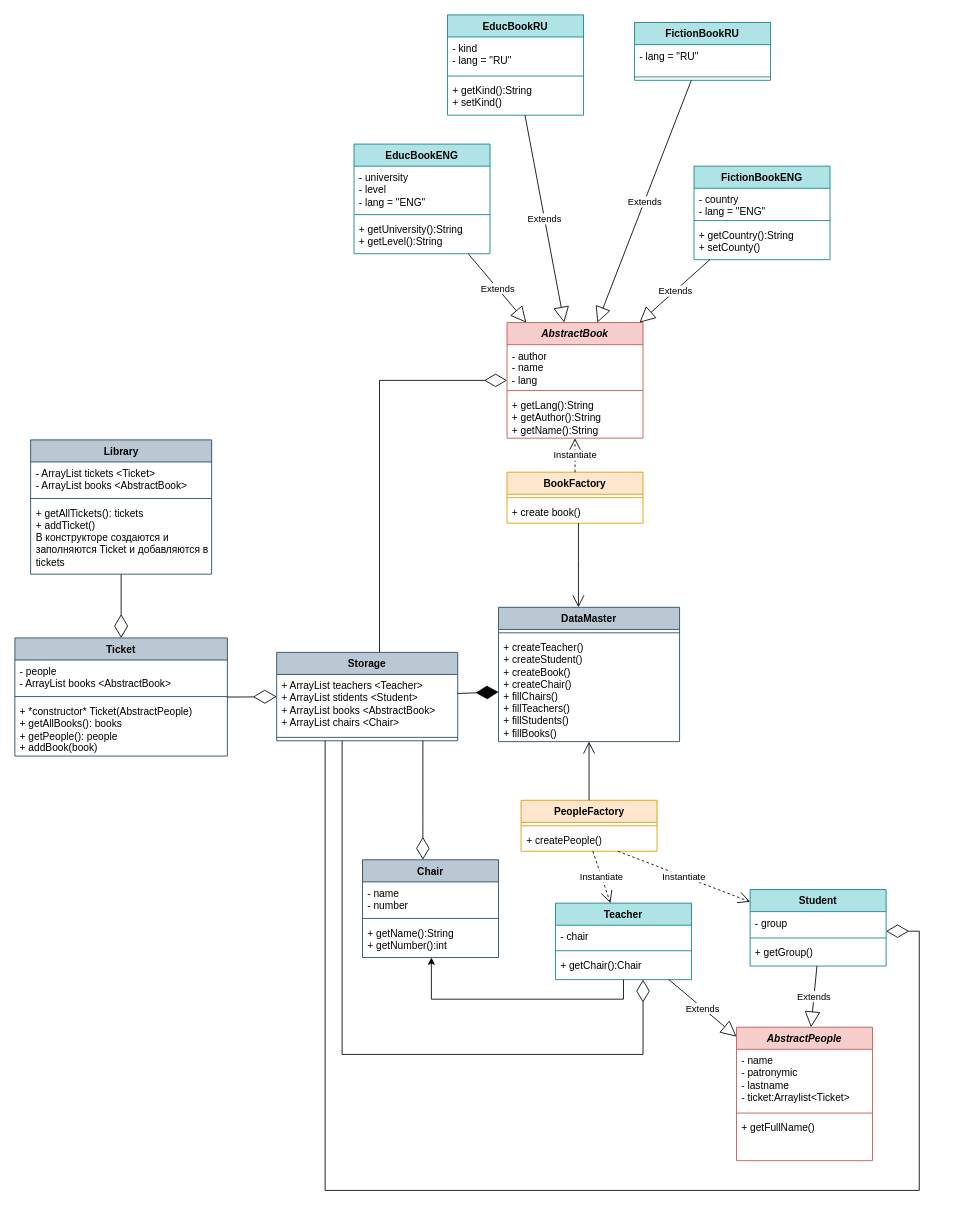
The draw.io diagram lab_1/UML_lab_1.drawio in IvanDesy/MEPHI_TiTP, before the edit. Source tidied: cells renumbered, new cells numbered last; positions are measured from the earlier drawing's top-left corner, leaving out a move shared by most shapes. Both pictures are drawn from the tidied source at 85%, with x=0, y=0 at pixel (14, 14).
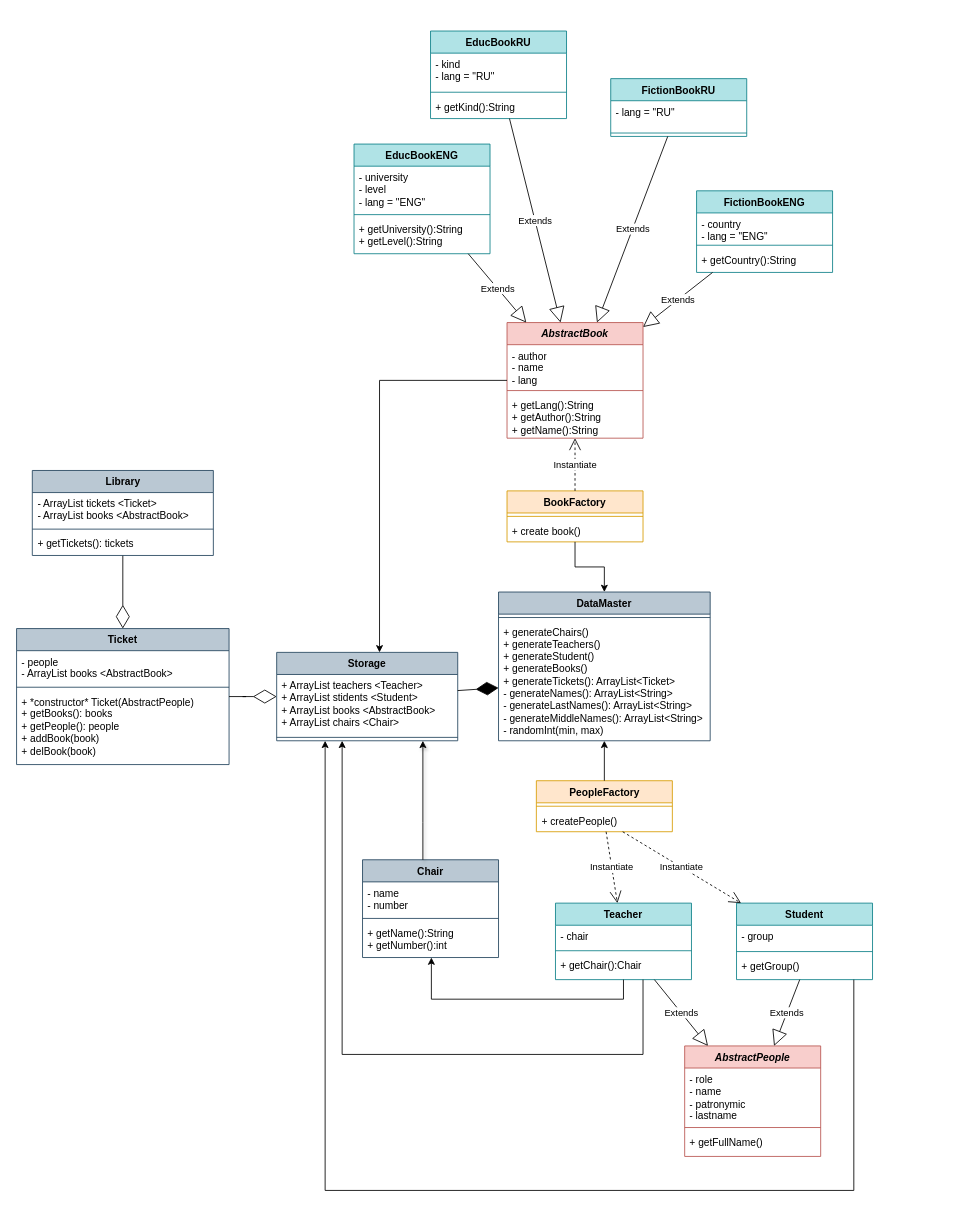
The same page after the edit.

The change refers to these unchanged cells:
```xml
<mxCell id="6" value="Teacher" style="swimlane;fontStyle=1;align=center;verticalAlign=top;horizontal=1;startSize=26;whiteSpace=wrap;html=1;fillColor=#b0e3e6;strokeColor=#0e8088;rounded=0;" parent="1" vertex="1">
  <mxGeometry x="636" y="1045" width="160" height="90" as="geometry" />
</mxCell>
<mxCell id="15" value="Сhair" style="swimlane;fontStyle=1;align=center;verticalAlign=top;horizontal=1;startSize=26;whiteSpace=wrap;html=1;fillColor=#bac8d3;strokeColor=#23445d;rounded=0;" parent="1" vertex="1">
  <mxGeometry x="409" y="994" width="160" height="115" as="geometry" />
</mxCell>
<mxCell id="26" value="&lt;i style=&quot;border-color: var(--border-color);&quot;&gt;Abstract&lt;/i&gt;&lt;i&gt;Book&lt;/i&gt;" style="swimlane;fontStyle=1;align=center;verticalAlign=top;horizontal=1;startSize=26;whiteSpace=wrap;html=1;fillColor=#f8cecc;strokeColor=#b85450;rounded=0;" parent="1" vertex="1">
  <mxGeometry x="579" y="362" width="160" height="136" as="geometry" />
</mxCell>
<mxCell id="66" value="Storage" style="swimlane;fontStyle=1;align=center;verticalAlign=top;horizontal=1;startSize=26;whiteSpace=wrap;html=1;fillColor=#bac8d3;strokeColor=#23445d;rounded=0;" parent="1" vertex="1">
  <mxGeometry x="308" y="750" width="213" height="104" as="geometry" />
</mxCell>
```

Diff of the diagram source:
```diff
@@
     <mxCell id="2" value="Student" style="swimlane;fontStyle=1;align=center;verticalAlign=top;horizontal=1;startSize=26;whiteSpace=wrap;html=1;fillColor=#b0e3e6;strokeColor=#0e8088;rounded=0;" parent="1" vertex="1">
-      <mxGeometry x="865" y="1029" width="160" height="90" as="geometry" />
+      <mxGeometry x="849" y="1045" width="160" height="90" as="geometry" />
     </mxCell>
@@
-    <mxCell id="10" style="edgeStyle=orthogonalEdgeStyle;rounded=0;jettySize=auto;html=1;endArrow=none;endFill=0;endSize=25;startArrow=diamondThin;startFill=0;startSize=24;" parent="1" edge="1" source="6" target="66">
+    <mxCell id="10" style="edgeStyle=orthogonalEdgeStyle;rounded=0;jettySize=auto;html=1;endArrow=classic;endFill=1;endSize=6;startArrow=none;startFill=0;startSize=6;" parent="1" edge="1" source="6" target="66">
       <mxGeometry relative="1" as="geometry">
         <Array as="points">
           <mxPoint x="739" y="1223" />
           <mxPoint x="385" y="1223" />
         </Array>
       </mxGeometry>
     </mxCell>
     <mxCell id="11" value="&lt;i&gt;AbstractPeople&lt;/i&gt;" style="swimlane;fontStyle=1;align=center;verticalAlign=top;horizontal=1;startSize=26;whiteSpace=wrap;html=1;fillColor=#f8cecc;strokeColor=#b85450;rounded=0;" parent="1" vertex="1">
-      <mxGeometry x="849" y="1191" width="160" height="157" as="geometry" />
+      <mxGeometry x="788" y="1213" width="160" height="130" as="geometry" />
     </mxCell>
-    <mxCell id="12" value="- name&lt;br&gt;- patronymic&lt;br&gt;- lastname&lt;br&gt;- ticket:Arraylist&amp;lt;Ticket&amp;gt;" style="text;strokeColor=none;fillColor=none;align=left;verticalAlign=top;spacingLeft=4;spacingRight=4;overflow=hidden;whiteSpace=wrap;html=1;rounded=0;" parent="11" vertex="1">
-      <mxGeometry y="26" width="160" height="71" as="geometry" />
+    <mxCell id="12" value="- role&lt;br&gt;- name&lt;br&gt;- patronymic&lt;br&gt;- lastname" style="text;strokeColor=none;fillColor=none;align=left;verticalAlign=top;spacingLeft=4;spacingRight=4;overflow=hidden;whiteSpace=wrap;html=1;rounded=0;" parent="11" vertex="1">
+      <mxGeometry y="26" width="160" height="66" as="geometry" />
     </mxCell>
     <mxCell id="13" style="line;strokeWidth=1;fillColor=none;align=left;verticalAlign=middle;spacingTop=-1;spacingLeft=3;spacingRight=3;labelPosition=right;strokeColor=inherit;rounded=0;" parent="11" vertex="1">
-      <mxGeometry y="97" width="160" height="8" as="geometry" />
+      <mxGeometry y="92" width="160" height="8" as="geometry" />
     </mxCell>
     <mxCell id="14" value="+ getFullName()&lt;br&gt;&amp;nbsp;" style="text;strokeColor=none;fillColor=none;align=left;verticalAlign=top;spacingLeft=4;spacingRight=4;overflow=hidden;whiteSpace=wrap;html=1;rounded=0;" parent="11" vertex="1">
-      <mxGeometry y="105" width="160" height="52" as="geometry" />
+      <mxGeometry y="100" width="160" height="30" as="geometry" />
     </mxCell>
@@
     <mxCell id="19" value="EducBookRU" style="swimlane;fontStyle=1;align=center;verticalAlign=top;horizontal=1;startSize=26;whiteSpace=wrap;html=1;fillColor=#b0e3e6;strokeColor=#0e8088;rounded=0;" parent="1" vertex="1">
-      <mxGeometry x="509" width="160" height="118" as="geometry" />
+      <mxGeometry x="489" y="19" width="160" height="103" as="geometry" />
     </mxCell>
@@
-    <mxCell id="22" value="+ getKind():String&lt;br&gt;+ setKind()" style="text;strokeColor=none;fillColor=none;align=left;verticalAlign=top;spacingLeft=4;spacingRight=4;overflow=hidden;whiteSpace=wrap;html=1;rounded=0;" parent="19" vertex="1">
-      <mxGeometry y="76" width="160" height="42" as="geometry" />
+    <mxCell id="22" value="+ getKind():String" style="text;strokeColor=none;fillColor=none;align=left;verticalAlign=top;spacingLeft=4;spacingRight=4;overflow=hidden;whiteSpace=wrap;html=1;rounded=0;" parent="19" vertex="1">
+      <mxGeometry y="76" width="160" height="27" as="geometry" />
     </mxCell>
     <mxCell id="23" value="FictionBookRU" style="swimlane;fontStyle=1;align=center;verticalAlign=top;horizontal=1;startSize=26;whiteSpace=wrap;html=1;fillColor=#b0e3e6;strokeColor=#0e8088;rounded=0;" parent="1" vertex="1">
-      <mxGeometry x="729" y="9" width="160" height="68" as="geometry" />
+      <mxGeometry x="701" y="75" width="160" height="68" as="geometry" />
     </mxCell>
@@
     <mxCell id="34" value="FictionBookENG" style="swimlane;fontStyle=1;align=center;verticalAlign=top;horizontal=1;startSize=26;whiteSpace=wrap;html=1;fillColor=#b0e3e6;strokeColor=#0e8088;rounded=0;" parent="1" vertex="1">
-      <mxGeometry x="799" y="178" width="160" height="110" as="geometry" />
+      <mxGeometry x="802" y="207" width="160" height="96" as="geometry" />
     </mxCell>
@@
-    <mxCell id="37" value="+ getCountry():String&lt;br&gt;+ setCounty()" style="text;strokeColor=none;fillColor=none;align=left;verticalAlign=top;spacingLeft=4;spacingRight=4;overflow=hidden;whiteSpace=wrap;html=1;rounded=0;" parent="34" vertex="1">
-      <mxGeometry y="68" width="160" height="42" as="geometry" />
+    <mxCell id="37" value="+ getCountry():String" style="text;strokeColor=none;fillColor=none;align=left;verticalAlign=top;spacingLeft=4;spacingRight=4;overflow=hidden;whiteSpace=wrap;html=1;rounded=0;" parent="34" vertex="1">
+      <mxGeometry y="68" width="160" height="28" as="geometry" />
     </mxCell>
     <mxCell id="38" value="PeopleFactory" style="swimlane;fontStyle=1;align=center;verticalAlign=top;horizontal=1;startSize=26;whiteSpace=wrap;html=1;fillColor=#ffe6cc;strokeColor=#d79b00;rounded=0;" parent="1" vertex="1">
-      <mxGeometry x="595.5" y="924" width="160" height="60" as="geometry" />
+      <mxGeometry x="613.5" y="901" width="160" height="60" as="geometry" />
     </mxCell>
@@
     <mxCell id="41" value="BookFactory" style="swimlane;fontStyle=1;align=center;verticalAlign=top;horizontal=1;startSize=26;whiteSpace=wrap;html=1;fillColor=#ffe6cc;strokeColor=#d79b00;rounded=0;" parent="1" vertex="1">
-      <mxGeometry x="579" y="538" width="160" height="60" as="geometry" />
+      <mxGeometry x="579" y="560" width="160" height="60" as="geometry" />
     </mxCell>
@@
     <mxCell id="54" value="Library" style="swimlane;fontStyle=1;align=center;verticalAlign=top;horizontal=1;startSize=26;whiteSpace=wrap;html=1;fillColor=#bac8d3;strokeColor=#23445d;rounded=0;" parent="1" vertex="1">
-      <mxGeometry x="18.5" y="500" width="213" height="158" as="geometry" />
+      <mxGeometry x="20.5" y="536" width="213" height="100" as="geometry" />
     </mxCell>
@@
-    <mxCell id="57" value="+ getAllTickets(): tickets&lt;div&gt;&lt;div&gt;+ addTicket()&lt;/div&gt;&lt;/div&gt;&lt;div&gt;В конструкторе создаются и заполняются Ticket и добавляются в tickets&lt;/div&gt;" style="text;strokeColor=none;fillColor=none;align=left;verticalAlign=top;spacingLeft=4;spacingRight=4;overflow=hidden;whiteSpace=wrap;html=1;rounded=0;" parent="54" vertex="1">
-      <mxGeometry y="73" width="213" height="85" as="geometry" />
+    <mxCell id="57" value="+ getTickets(): tickets" style="text;strokeColor=none;fillColor=none;align=left;verticalAlign=top;spacingLeft=4;spacingRight=4;overflow=hidden;whiteSpace=wrap;html=1;rounded=0;" parent="54" vertex="1">
+      <mxGeometry y="73" width="213" height="27" as="geometry" />
     </mxCell>
     <mxCell id="58" value="Ticket" style="swimlane;fontStyle=1;align=center;verticalAlign=top;horizontal=1;startSize=26;whiteSpace=wrap;html=1;fillColor=#bac8d3;strokeColor=#23445d;rounded=0;" parent="1" vertex="1">
-      <mxGeometry y="733" width="250" height="139" as="geometry" />
+      <mxGeometry x="2" y="722" width="250" height="160" as="geometry" />
     </mxCell>
@@
-    <mxCell id="61" value="&lt;div&gt;+ *constructor* Ticket(AbstractPeople)&lt;/div&gt;+ getAllBooks(): books&lt;span style=&quot;background-color: initial;&quot;&gt;&amp;nbsp;&lt;/span&gt;&lt;div&gt;&lt;div&gt;&lt;div&gt;&lt;div&gt;+ getPeople(): people&lt;/div&gt;&lt;div&gt;+ addBook(book)&lt;/div&gt;&lt;/div&gt;&lt;/div&gt;&lt;/div&gt;" style="text;strokeColor=none;fillColor=none;align=left;verticalAlign=top;spacingLeft=4;spacingRight=4;overflow=hidden;whiteSpace=wrap;html=1;rounded=0;" parent="58" vertex="1">
-      <mxGeometry y="73" width="250" height="66" as="geometry" />
+    <mxCell id="61" value="&lt;div&gt;+ *constructor* Ticket(AbstractPeople)&lt;/div&gt;+ getBooks(): books&lt;span style=&quot;background-color: initial;&quot;&gt;&amp;nbsp;&lt;/span&gt;&lt;div&gt;&lt;div&gt;&lt;div&gt;&lt;div&gt;+ getPeople(): people&lt;/div&gt;&lt;div&gt;+ addBook(book)&lt;br&gt;+ delBook(book)&lt;/div&gt;&lt;/div&gt;&lt;/div&gt;&lt;/div&gt;" style="text;strokeColor=none;fillColor=none;align=left;verticalAlign=top;spacingLeft=4;spacingRight=4;overflow=hidden;whiteSpace=wrap;html=1;rounded=0;" parent="58" vertex="1">
+      <mxGeometry y="73" width="250" height="87" as="geometry" />
     </mxCell>
-    <mxCell id="62" style="endArrow=open;endFill=1;endSize=12;html=1;rounded=0;edgeStyle=orthogonalEdgeStyle;" parent="1" edge="1" source="38" target="63">
+    <mxCell id="62" style="endArrow=classic;endFill=1;endSize=6;html=1;rounded=0;edgeStyle=orthogonalEdgeStyle;" parent="1" edge="1" source="38" target="63">
       <mxGeometry relative="1" as="geometry" />
     </mxCell>
     <mxCell id="63" value="DataMaster" style="swimlane;fontStyle=1;align=center;verticalAlign=top;horizontal=1;startSize=26;whiteSpace=wrap;html=1;fillColor=#bac8d3;strokeColor=#23445d;rounded=0;" parent="1" vertex="1">
-      <mxGeometry x="569" y="697" width="213" height="158" as="geometry" />
+      <mxGeometry x="569" y="679" width="249" height="175" as="geometry" />
     </mxCell>
     <mxCell id="64" style="line;strokeWidth=1;fillColor=none;align=left;verticalAlign=middle;spacingTop=-1;spacingLeft=3;spacingRight=3;labelPosition=right;strokeColor=inherit;rounded=0;" parent="63" vertex="1">
-      <mxGeometry y="26" width="213" height="8" as="geometry" />
+      <mxGeometry y="26" width="249" height="8" as="geometry" />
     </mxCell>
-    <mxCell id="65" value="+ createTeacher()&lt;div&gt;+ createStudent()&lt;/div&gt;&lt;div&gt;+ createBook()&lt;/div&gt;&lt;div&gt;+ createChair()&lt;/div&gt;&lt;div&gt;+ fillChairs()&lt;/div&gt;&lt;div&gt;+ fillTeachers()&lt;/div&gt;&lt;div&gt;+ fillStudents()&lt;/div&gt;&lt;div&gt;+ fillBooks()&lt;/div&gt;" style="text;strokeColor=none;fillColor=none;align=left;verticalAlign=top;spacingLeft=4;spacingRight=4;overflow=hidden;points=[[0,0.5],[1,0.5]];portConstraint=eastwest;whiteSpace=wrap;html=1;rounded=0;" parent="63" vertex="1">
-      <mxGeometry y="34" width="213" height="124" as="geometry" />
+    <mxCell id="65" value="+ generateChairs()&lt;div&gt;+ generateTeachers()&lt;/div&gt;&lt;div&gt;+ generateStudent()&lt;/div&gt;&lt;div&gt;+ generateBooks()&lt;/div&gt;&lt;div&gt;+ generateTickets(): ArrayList&amp;lt;Ticket&amp;gt;&lt;/div&gt;&lt;div&gt;- generateNames(): ArrayList&amp;lt;String&amp;gt;&lt;/div&gt;&lt;div&gt;- generateLastNames(): ArrayList&amp;lt;String&amp;gt;&lt;br&gt;&lt;/div&gt;&lt;div&gt;- generateMiddleNames(): ArrayList&amp;lt;String&amp;gt;&lt;/div&gt;&lt;div&gt;- randomInt(min, max)&lt;/div&gt;" style="text;strokeColor=none;fillColor=none;align=left;verticalAlign=top;spacingLeft=4;spacingRight=4;overflow=hidden;points=[[0,0.5],[1,0.5]];portConstraint=eastwest;whiteSpace=wrap;html=1;rounded=0;" parent="63" vertex="1">
+      <mxGeometry y="34" width="249" height="141" as="geometry" />
     </mxCell>
@@
-    <mxCell id="71" style="endArrow=open;endFill=1;endSize=12;html=1;rounded=0;edgeStyle=orthogonalEdgeStyle;" parent="1" edge="1" source="41" target="63">
-      <mxGeometry relative="1" as="geometry">
-        <Array as="points">
-          <mxPoint x="663" y="642" />
-          <mxPoint x="663" y="642" />
-        </Array>
-      </mxGeometry>
+    <mxCell id="71" style="endArrow=classic;endFill=1;endSize=6;html=1;rounded=0;edgeStyle=orthogonalEdgeStyle;" parent="1" edge="1" source="41" target="63">
+      <mxGeometry relative="1" as="geometry" />
     </mxCell>
-    <mxCell id="72" style="edgeStyle=orthogonalEdgeStyle;rounded=0;jettySize=auto;html=1;endArrow=none;endFill=0;endSize=24;startArrow=diamondThin;startFill=0;startSize=24;" parent="1" edge="1" source="26" target="66">
+    <mxCell id="72" style="edgeStyle=orthogonalEdgeStyle;rounded=0;jettySize=auto;html=1;endArrow=classic;endFill=1;endSize=6;startArrow=none;startFill=0;startSize=6;" parent="1" edge="1" source="26" target="66">
       <mxGeometry relative="1" as="geometry">
         <Array as="points">
           <mxPoint x="429" y="430" />
         </Array>
       </mxGeometry>
     </mxCell>
-    <mxCell id="73" style="edgeStyle=orthogonalEdgeStyle;rounded=0;jettySize=auto;html=1;endArrow=none;endFill=0;endSize=24;startArrow=diamondThin;startFill=0;startSize=24;" parent="1" edge="1" source="15" target="66">
+    <mxCell id="73" style="edgeStyle=orthogonalEdgeStyle;rounded=0;jettySize=auto;html=1;endArrow=classic;endFill=1;endSize=6;startArrow=none;startFill=0;startSize=6;shadow=1;" parent="1" edge="1" source="15" target="66">
       <mxGeometry relative="1" as="geometry">
         <Array as="points">
           <mxPoint x="480" y="950" />
           <mxPoint x="480" y="950" />
         </Array>
       </mxGeometry>
     </mxCell>
@@
-    <mxCell id="75" style="edgeStyle=orthogonalEdgeStyle;rounded=0;jettySize=auto;html=1;endArrow=none;endFill=0;endSize=24;startArrow=diamondThin;startFill=0;startSize=24;" parent="1" edge="1" source="2" target="66">
+    <mxCell id="75" style="edgeStyle=orthogonalEdgeStyle;rounded=0;jettySize=auto;html=1;endArrow=classic;endFill=1;endSize=6;startArrow=none;startFill=0;startSize=6;" parent="1" edge="1" source="2" target="66">
       <mxGeometry relative="1" as="geometry">
         <Array as="points">
-          <mxPoint x="1064" y="1078" />
-          <mxPoint x="1064" y="1383" />
+          <mxPoint x="987" y="1383" />
           <mxPoint x="365" y="1383" />
         </Array>
       </mxGeometry>
     </mxCell>
```
